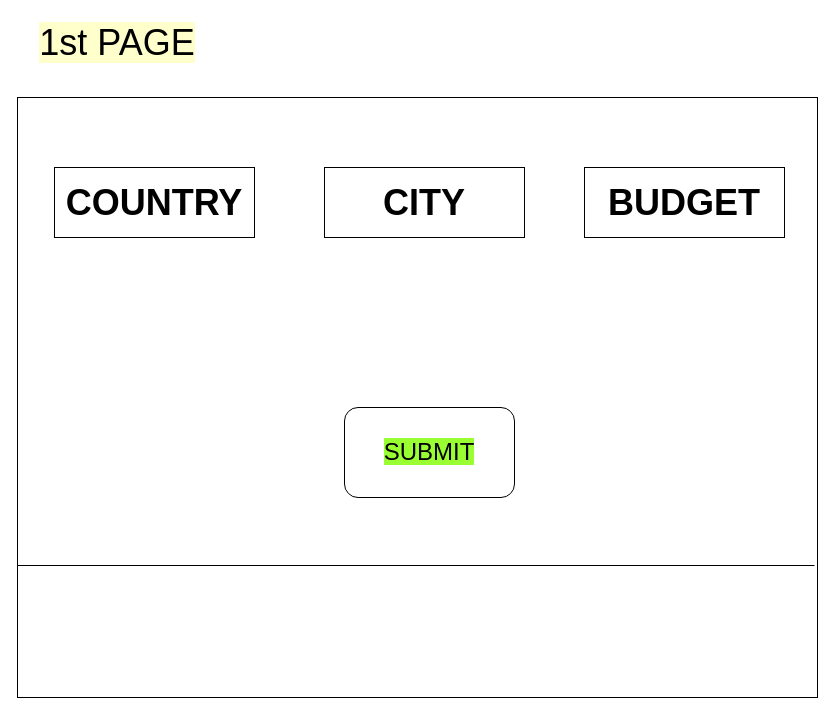
The draw.io diagram 1st page.drawio in usmk/Website-design, before the edit. Source tidied: cells renumbered, new cells numbered last; positions are measured from the earlier drawing's top-left corner, leaving out a move shared by most shapes. Both pictures are drawn from the tidied source at 100%, with x=0, y=0 at pixel (17, 17).
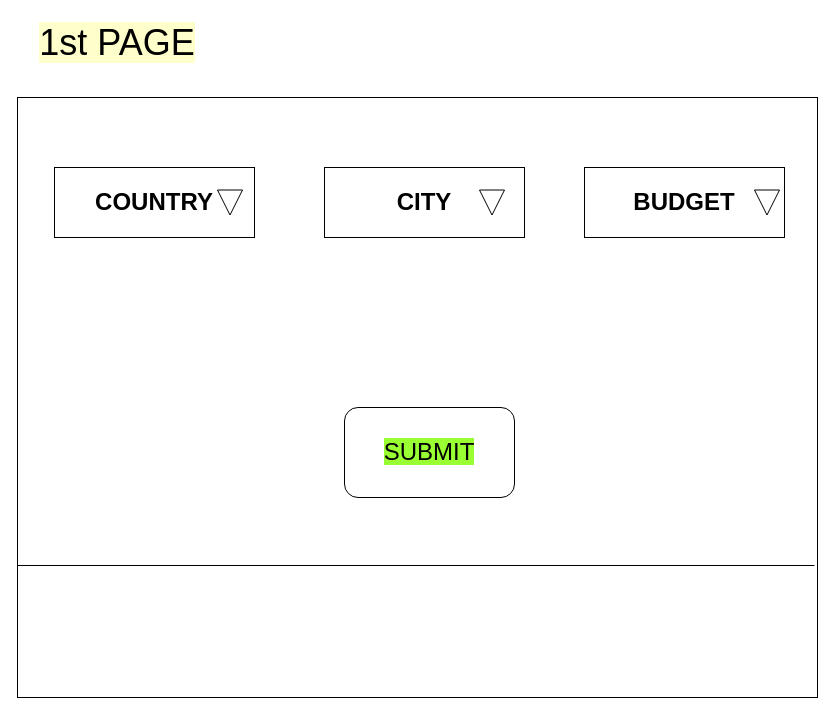
The same diagram, later.

Change to the diagram source:
```diff
@@
 <mxGraphModel>
   <root>
     <mxCell id="0" />
     <mxCell id="1" parent="0" />
     <mxCell id="2" style="rounded=0;whiteSpace=wrap;html=1;" parent="1" vertex="1">
       <mxGeometry y="80" width="800" height="600" as="geometry" />
     </mxCell>
-    <mxCell id="3" value="&lt;font style=&quot;font-size: 36px&quot;&gt;&lt;b&gt;COUNTRY&lt;/b&gt;&lt;/font&gt;" style="rounded=0;whiteSpace=wrap;html=1;" parent="1" vertex="1">
+    <mxCell id="3" value="&lt;font style=&quot;font-size: 24px&quot;&gt;&lt;b&gt;COUNTRY&lt;/b&gt;&lt;/font&gt;" style="rounded=0;whiteSpace=wrap;html=1;" parent="1" vertex="1">
       <mxGeometry x="37" y="150" width="200" height="70" as="geometry" />
     </mxCell>
     <mxCell id="4" style="rounded=0;whiteSpace=wrap;html=1;" parent="1" vertex="1">
       <mxGeometry x="307" y="150" width="200" height="70" as="geometry" />
     </mxCell>
     <mxCell id="5" style="rounded=0;whiteSpace=wrap;html=1;" parent="1" vertex="1">
       <mxGeometry x="567" y="150" width="200" height="70" as="geometry" />
     </mxCell>
-    <mxCell id="6" value="&lt;font style=&quot;font-size: 36px&quot;&gt;&lt;b&gt;CITY&lt;/b&gt;&lt;/font&gt;" style="text;html=1;strokeColor=none;fillColor=none;align=center;verticalAlign=middle;whiteSpace=wrap;rounded=0;" parent="1" vertex="1">
+    <mxCell id="6" value="&lt;font style=&quot;font-size: 24px&quot;&gt;&lt;b&gt;CITY&lt;/b&gt;&lt;/font&gt;" style="text;html=1;strokeColor=none;fillColor=none;align=center;verticalAlign=middle;whiteSpace=wrap;rounded=0;" parent="1" vertex="1">
       <mxGeometry x="362" y="165" width="90" height="40" as="geometry" />
     </mxCell>
-    <mxCell id="7" value="&lt;font style=&quot;font-size: 36px&quot;&gt;&lt;b&gt;BUDGET&lt;/b&gt;&lt;/font&gt;" style="text;html=1;strokeColor=none;fillColor=none;align=center;verticalAlign=middle;whiteSpace=wrap;rounded=0;" parent="1" vertex="1">
+    <mxCell id="7" value="&lt;font style=&quot;font-size: 24px&quot;&gt;&lt;b&gt;BUDGET&lt;/b&gt;&lt;/font&gt;" style="text;html=1;strokeColor=none;fillColor=none;align=center;verticalAlign=middle;whiteSpace=wrap;rounded=0;" parent="1" vertex="1">
       <mxGeometry x="627" y="167.5" width="80" height="35" as="geometry" />
     </mxCell>
     <mxCell id="8" style="rounded=1;whiteSpace=wrap;html=1;" parent="1" vertex="1">
       <mxGeometry x="327" y="390" width="170" height="90" as="geometry" />
     </mxCell>
     <mxCell id="9" value="&lt;font style=&quot;font-size: 24px ; background-color: rgb(153 , 255 , 51)&quot;&gt;SUBMIT&lt;/font&gt;" style="text;html=1;strokeColor=none;fillColor=none;align=center;verticalAlign=middle;whiteSpace=wrap;rounded=0;" parent="1" vertex="1">
       <mxGeometry x="362" y="417.5" width="100" height="35" as="geometry" />
     </mxCell>
     <mxCell id="10" style="line;strokeWidth=1;fillColor=none;align=left;verticalAlign=middle;spacingTop=-1;spacingLeft=3;spacingRight=3;labelPosition=right;" parent="1" vertex="1">
       <mxGeometry y="544" width="797" height="8" as="geometry" />
     </mxCell>
     <mxCell id="11" value="&lt;font style=&quot;background-color: rgb(255 , 255 , 204) ; font-size: 36px&quot;&gt;1st PAGE&lt;/font&gt;" style="text;html=1;strokeColor=none;fillColor=none;align=center;verticalAlign=middle;whiteSpace=wrap;rounded=0;" parent="1" vertex="1">
       <mxGeometry width="200" height="50" as="geometry" />
     </mxCell>
+    <mxCell id="12" style="triangle;whiteSpace=wrap;html=1;rotation=90;" parent="1" vertex="1">
+      <mxGeometry x="200" y="172.5" width="25" height="25" as="geometry" />
+    </mxCell>
+    <mxCell id="13" style="triangle;whiteSpace=wrap;html=1;rotation=90;" parent="1" vertex="1">
+      <mxGeometry x="462" y="172.5" width="25" height="25" as="geometry" />
+    </mxCell>
+    <mxCell id="14" style="triangle;whiteSpace=wrap;html=1;rotation=90;" parent="1" vertex="1">
+      <mxGeometry x="737" y="172.5" width="25" height="25" as="geometry" />
+    </mxCell>
   </root>
 </mxGraphModel>
```
